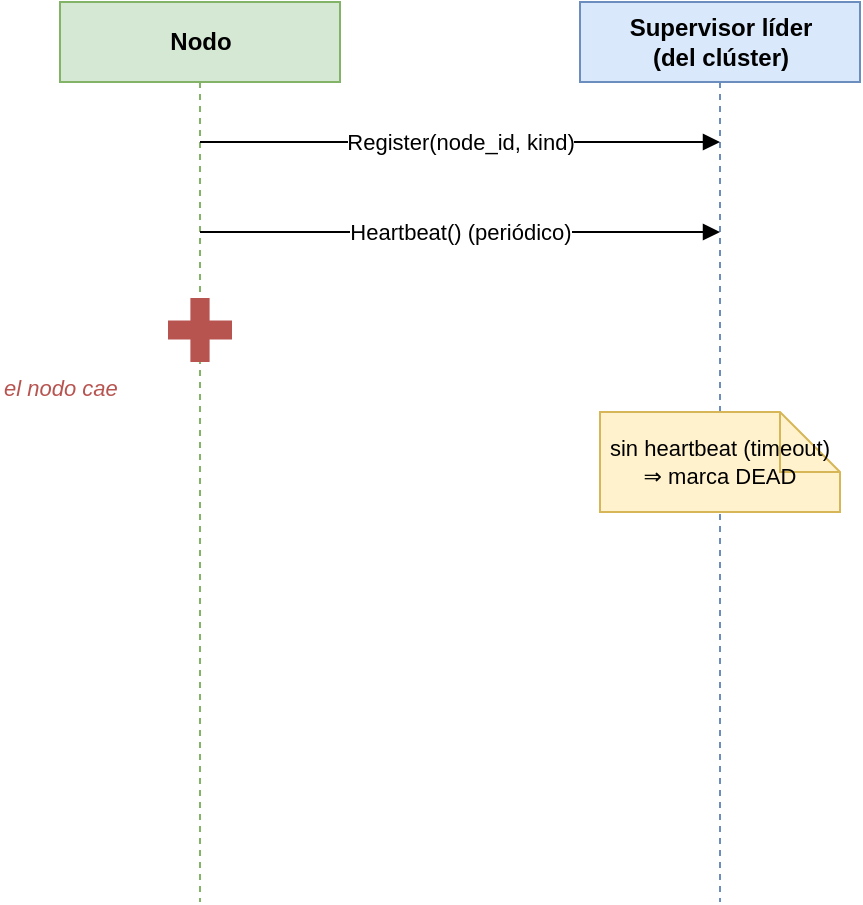
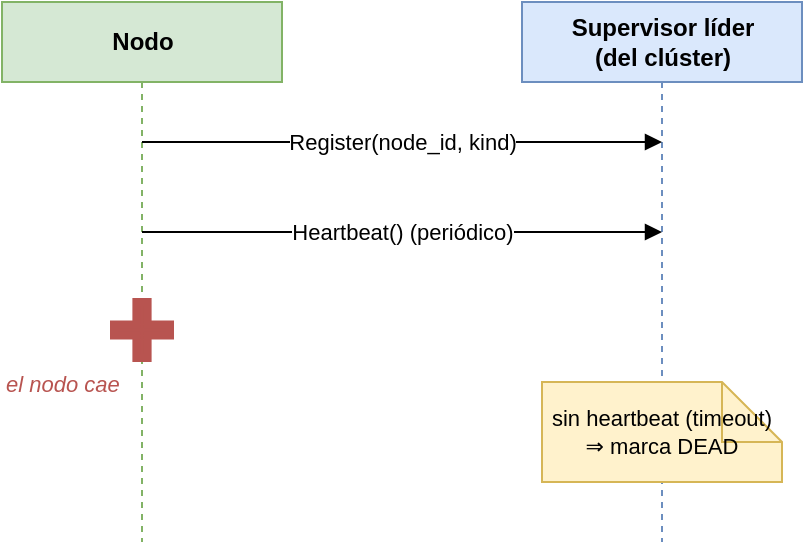
- <mxfile host="app.diagrams.net" version="24.0.0">
+ <mxfile host="Electron">
  <diagram name="ft-heartbeat" id="fthb">
-     <mxGraphModel dx="800" dy="600" grid="0" gridSize="10" guides="1" tooltips="1" connect="1" arrows="1" fold="1" page="1" pageScale="1" pageWidth="760" pageHeight="500" math="0" shadow="0">
+     <mxGraphModel dx="1021" dy="704" grid="1" gridSize="10" guides="1" tooltips="1" connect="1" arrows="1" fold="1" page="1" pageScale="1" pageWidth="760" pageHeight="500" math="0" shadow="0">
      <root>
        <mxCell id="0" />
        <mxCell id="1" parent="0" />
- 
- 
-         <mxCell id="ln" value="Nodo" style="shape=umlLifeline;perimeter=lifelinePerimeter;html=1;fillColor=#d5e8d4;strokeColor=#82b366;fontStyle=1;size=40;" vertex="1" parent="1">
-           <mxGeometry x="50.00" y="20.00" width="140" height="450" as="geometry" />
+         <mxCell id="ln" parent="1" style="shape=umlLifeline;perimeter=lifelinePerimeter;html=1;fillColor=#d5e8d4;strokeColor=#82b366;fontStyle=1;size=40;" value="Nodo" vertex="1">
+           <mxGeometry height="270" width="140" x="50" y="20" as="geometry" />
        </mxCell>
-         <mxCell id="ls" value="Supervisor líder&#10;(del clúster)" style="shape=umlLifeline;perimeter=lifelinePerimeter;html=1;fillColor=#dae8fc;strokeColor=#6c8ebf;fontStyle=1;size=40;" vertex="1" parent="1">
-           <mxGeometry x="310.00" y="20.00" width="140" height="450" as="geometry" />
+         <mxCell id="ls" parent="1" style="shape=umlLifeline;perimeter=lifelinePerimeter;html=1;fillColor=#dae8fc;strokeColor=#6c8ebf;fontStyle=1;size=40;" value="Supervisor líder&#xa;(del clúster)" vertex="1">
+           <mxGeometry height="270" width="140" x="310" y="20" as="geometry" />
        </mxCell>
- 
- 
-         <mxCell id="m1" value="Register(node_id, kind)" style="html=1;endArrow=block;fontSize=11;" edge="1" parent="1">
-           <mxGeometry relative="1" as="geometry"><mxPoint x="120.00" y="90.00" as="sourcePoint" /><mxPoint x="380.00" y="90.00" as="targetPoint" /></mxGeometry>
+         <mxCell id="m1" edge="1" parent="1" style="html=1;endArrow=block;fontSize=11;" value="Register(node_id, kind)">
+           <mxGeometry relative="1" as="geometry">
+             <mxPoint x="120" y="90" as="sourcePoint" />
+             <mxPoint x="380" y="90" as="targetPoint" />
+           </mxGeometry>
        </mxCell>
-         <mxCell id="m2" value="Heartbeat() (periódico)" style="html=1;endArrow=block;fontSize=11;dashed=0;" edge="1" parent="1">
-           <mxGeometry relative="1" as="geometry"><mxPoint x="120.00" y="135.00" as="sourcePoint" /><mxPoint x="380.00" y="135.00" as="targetPoint" /></mxGeometry>
+         <mxCell id="m2" edge="1" parent="1" style="html=1;endArrow=block;fontSize=11;dashed=0;" value="Heartbeat() (periódico)">
+           <mxGeometry relative="1" as="geometry">
+             <mxPoint x="120" y="135" as="sourcePoint" />
+             <mxPoint x="380" y="135" as="targetPoint" />
+           </mxGeometry>
        </mxCell>
- 
- 
-         <mxCell id="crash" value="" style="shape=cross;html=1;strokeColor=#b85450;strokeWidth=4;fillColor=#b85450;" vertex="1" parent="1">
-           <mxGeometry x="106.00" y="170.00" width="28" height="28" as="geometry" />
+         <mxCell id="crash" parent="1" style="shape=cross;html=1;strokeColor=#b85450;strokeWidth=4;fillColor=#b85450;" value="" vertex="1">
+           <mxGeometry height="28" width="28" x="106" y="170" as="geometry" />
        </mxCell>
-         <mxCell id="crashlbl" value="el nodo cae" style="text;html=1;fontSize=11;fontColor=#b85450;fontStyle=2;align=left;" vertex="1" parent="1">
-           <mxGeometry x="20.00" y="200.00" width="120" height="20" as="geometry" />
+         <mxCell id="crashlbl" parent="1" style="text;html=1;fontSize=11;fontColor=#b85450;fontStyle=2;align=left;" value="el nodo cae" vertex="1">
+           <mxGeometry height="20" width="120" x="50" y="198" as="geometry" />
        </mxCell>
- 
- 
-         <mxCell id="note" value="sin heartbeat (timeout)&#10;⇒ marca DEAD" style="shape=note;whiteSpace=wrap;html=1;fillColor=#fff2cc;strokeColor=#d6b656;fontSize=11;align=center;" vertex="1" parent="1">
-           <mxGeometry x="320.00" y="225.00" width="120" height="50" as="geometry" />
+         <mxCell id="note" parent="1" style="shape=note;whiteSpace=wrap;html=1;fillColor=#fff2cc;strokeColor=#d6b656;fontSize=11;align=center;" value="sin heartbeat (timeout)&#xa;⇒ marca DEAD" vertex="1">
+           <mxGeometry height="50" width="120" x="320" y="210" as="geometry" />
        </mxCell>
- 
- 
- 
      </root>
    </mxGraphModel>
  </diagram>
- </mxfile>+ </mxfile>
